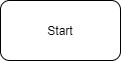
Earlier version of the draw.io export Lessons/Unit4/third.drawio.png (PPMAN123/ICS2D1). Source tidied: cells renumbered, new cells last; positions are measured from the earlier drawing's top-left corner, leaving out a move shared by most shapes. The source it was exported from:
```xml
<mxGraphModel>
  <root>
    <mxCell id="0" />
    <mxCell id="1" parent="0" />
    <mxCell id="2" value="Start" style="rounded=1;whiteSpace=wrap;html=1;" parent="1" vertex="1">
      <mxGeometry width="120" height="60" as="geometry" />
    </mxCell>
  </root>
</mxGraphModel>
```
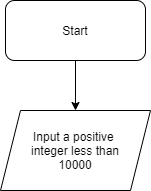
The same diagram one commit later.

What changed in the source:
```diff
@@ -2,8 +2,14 @@
   <root>
     <mxCell id="0" />
     <mxCell id="1" parent="0" />
+    <mxCell id="3" style="edgeStyle=orthogonalEdgeStyle;rounded=0;jettySize=auto;html=1;" parent="1" edge="1" source="2" target="4">
+      <mxGeometry relative="1" as="geometry" />
+    </mxCell>
     <mxCell id="2" value="Start" style="rounded=1;whiteSpace=wrap;html=1;" parent="1" vertex="1">
-      <mxGeometry width="120" height="60" as="geometry" />
+      <mxGeometry width="140" height="60" as="geometry" />
     </mxCell>
+    <mxCell id="4" value="Input a positive&amp;nbsp;&lt;br&gt;integer less than&lt;br&gt;10000" style="shape=parallelogram;perimeter=parallelogramPerimeter;whiteSpace=wrap;html=1;fixedSize=1;" parent="1" vertex="1">
+      <mxGeometry x="-5" y="110" width="150" height="80" as="geometry" />
+    </mxCell>
   </root>
 </mxGraphModel>
```
